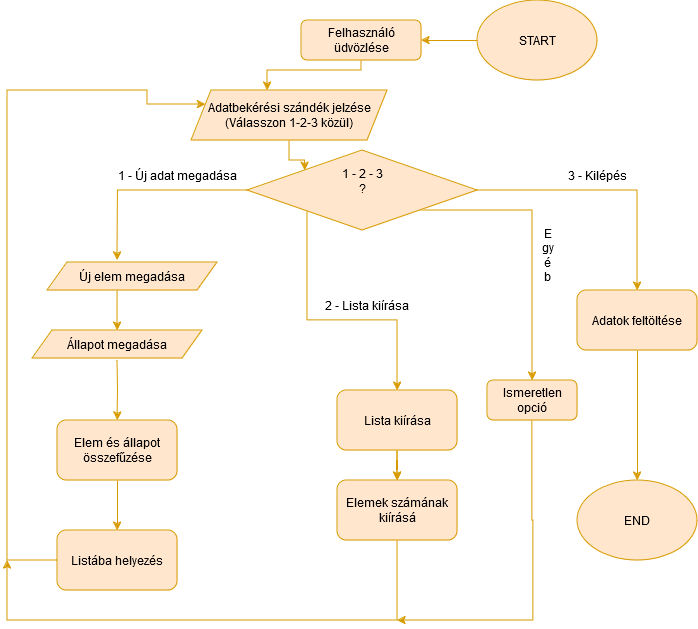
This is Megnevezetlen diagram.drawio(1).png from tukan-dev/programfeladat, a draw.io export, as it was before one commit. Source tidied: cells renumbered, new cells last; positions are measured from the earlier drawing's top-left corner, leaving out a move shared by most shapes.
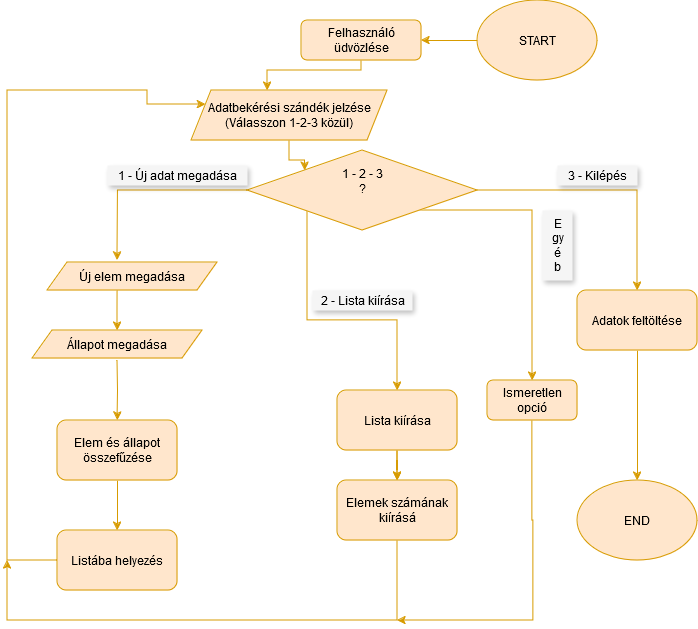
After the change.

Change to the diagram source:
```diff
@@ -128,17 +128,17 @@
     <mxCell id="31" value="&lt;div&gt;Adatbekérési szándék jelzése&lt;/div&gt;&lt;div&gt;(Válasszon 1-2-3 közül)&lt;br&gt;&lt;/div&gt;" style="shape=parallelogram;perimeter=parallelogramPerimeter;whiteSpace=wrap;html=1;fixedSize=1;fillColor=#ffe6cc;strokeColor=#d79b00;" parent="1" vertex="1">
       <mxGeometry x="184" y="90" width="196" height="50" as="geometry" />
     </mxCell>
-    <mxCell id="32" value="1 - Új adat megadása" style="text;html=1;align=center;verticalAlign=middle;strokeColor=none;fillColor=none;shadow=1;" parent="1" vertex="1">
-      <mxGeometry x="100" y="160" width="140" height="30" as="geometry" />
+    <mxCell id="32" value="1 - Új adat megadása" style="text;html=1;align=center;verticalAlign=middle;shadow=1;spacing=-1;fillColor=#f5f5f5;gradientColor=none;strokeColor=none;" parent="1" vertex="1">
+      <mxGeometry x="100" y="165" width="140" height="20" as="geometry" />
     </mxCell>
-    <mxCell id="33" value="3 - Kilépés" style="text;html=1;align=center;verticalAlign=middle;strokeColor=none;fillColor=none;shadow=1;" parent="1" vertex="1">
-      <mxGeometry x="550" y="160" width="80" height="30" as="geometry" />
+    <mxCell id="33" value="3 - Kilépés" style="text;html=1;align=center;verticalAlign=middle;shadow=1;fillColor=#f5f5f5;strokeColor=none;gradientColor=none;spacing=-1;" parent="1" vertex="1">
+      <mxGeometry x="550" y="165" width="80" height="20" as="geometry" />
     </mxCell>
-    <mxCell id="34" value="&lt;div&gt;E&lt;/div&gt;&lt;div&gt;gy&lt;/div&gt;&lt;div&gt;é&lt;/div&gt;&lt;div&gt;b &lt;/div&gt;" style="text;html=1;align=center;verticalAlign=middle;strokeColor=none;fillColor=none;shadow=1;" parent="1" vertex="1">
-      <mxGeometry x="520" y="220" width="40" height="70" as="geometry" />
+    <mxCell id="34" value="&lt;div&gt;E&lt;/div&gt;&lt;div&gt;gy&lt;/div&gt;&lt;div&gt;é&lt;/div&gt;&lt;div&gt;b &lt;/div&gt;" style="text;html=1;align=center;verticalAlign=middle;shadow=1;fillColor=#f5f5f5;strokeColor=none;gradientColor=none;spacing=-1;" parent="1" vertex="1">
+      <mxGeometry x="535" y="210" width="30" height="70" as="geometry" />
     </mxCell>
-    <mxCell id="35" value="&lt;div&gt;2 - Lista kiírása&lt;/div&gt;&lt;div&gt;&lt;br&gt;&lt;br&gt;&lt;/div&gt;" style="text;html=1;align=center;verticalAlign=middle;fillColor=none;shadow=1;" parent="1" vertex="1">
-      <mxGeometry x="304" y="290" width="110" height="60" as="geometry" />
+    <mxCell id="35" value="&lt;div&gt;2 - Lista kiírása&lt;/div&gt;" style="text;html=1;align=center;verticalAlign=middle;shadow=1;fillColor=#f5f5f5;strokeColor=none;gradientColor=none;spacing=-1;" parent="1" vertex="1">
+      <mxGeometry x="305" y="290" width="100" height="20" as="geometry" />
     </mxCell>
   </root>
 </mxGraphModel>
```
